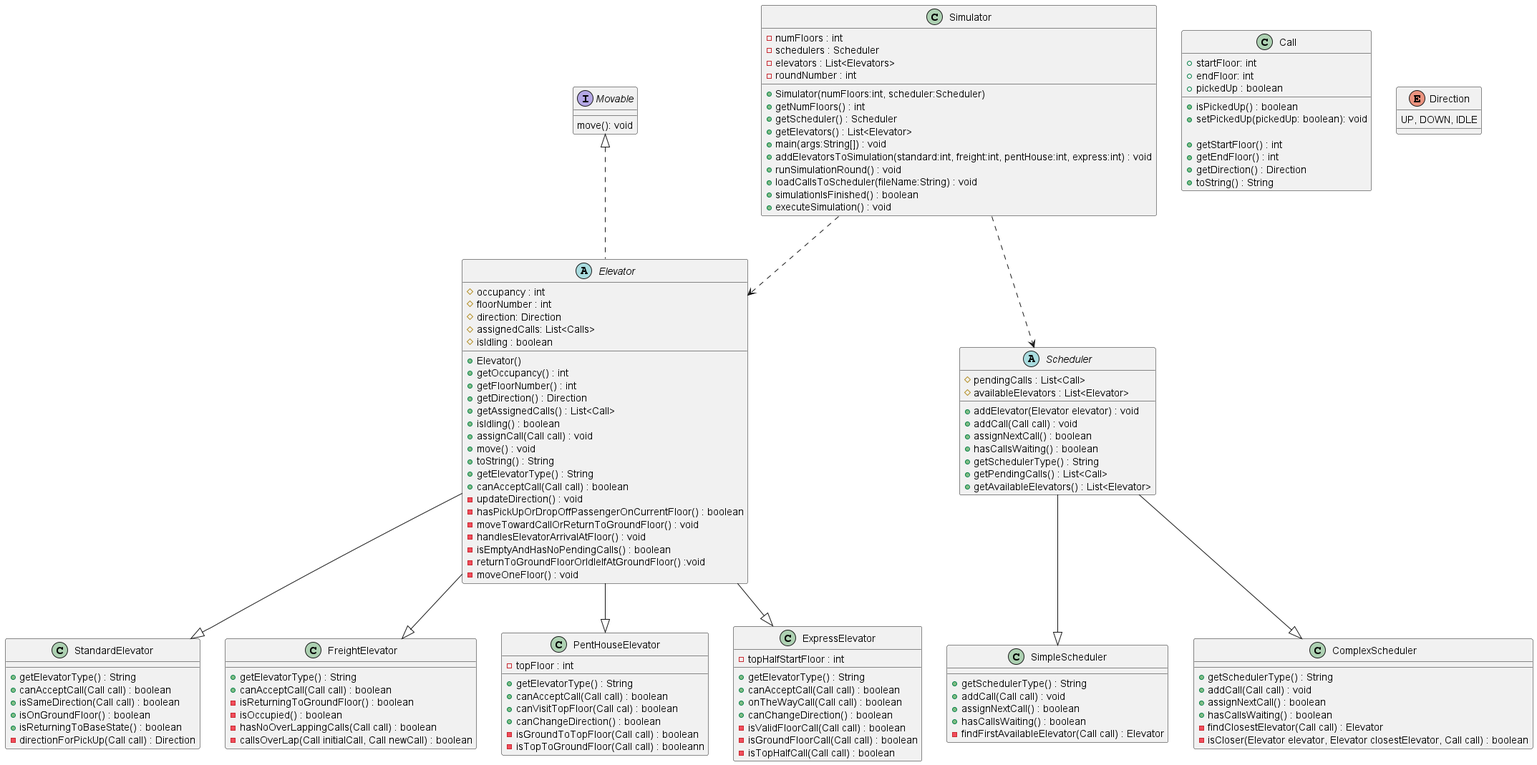
This is images/Elevator.png from stark-weather/stark-weather.github.io, a PlantUML export, as it was before one commit. The source it was exported from:
```plantuml
@startuml
interface Movable {
    move(): void
}
abstract Elevator {
    #occupancy : int
    #floorNumber : int
    #direction: Direction
    #assignedCalls: List<Calls>
    #isIdling : boolean

    +Elevator()
    +getOccupancy() : int
    +getFloorNumber() : int
    +getDirection() : Direction
    +getAssignedCalls() : List<Call>
    +isIdling() : boolean
    +assignCall(Call call) : void
    +move() : void
    +toString() : String
    +getElevatorType() : String
    +canAcceptCall(Call call) : boolean
    -updateDirection() : void
    -hasPickUpOrDropOffPassengerOnCurrentFloor() : boolean
    -moveTowardCallOrReturnToGroundFloor() : void
    -handlesElevatorArrivalAtFloor() : void
    -isEmptyAndHasNoPendingCalls() : boolean
    -returnToGroundFloorOrIdleIfAtGroundFloor() :void
    -moveOneFloor() : void

}
abstract Scheduler {
    #pendingCalls : List<Call>
    #availableElevators : List<Elevator>

    +addElevator(Elevator elevator) : void
    +addCall(Call call) : void
    +assignNextCall() : boolean
    +hasCallsWaiting() : boolean
    +getSchedulerType() : String
    +getPendingCalls() : List<Call>
    +getAvailableElevators() : List<Elevator>
}
class StandardElevator {
    +getElevatorType() : String
    +canAcceptCall(Call call) : boolean
    +isSameDirection(Call call) : boolean
    +isOnGroundFloor() : boolean
    +isReturningToBaseState() : boolean
    -directionForPickUp(Call call) : Direction
}
class FreightElevator {
    +getElevatorType() : String
    +canAcceptCall(Call call) : boolean
    -isReturningToGroundFloor() : boolean
    -isOccupied() : boolean
    -hasNoOverLappingCalls(Call call) : boolean
    -callsOverLap(Call initialCall, Call newCall) : boolean
}
class PentHouseElevator {
    -topFloor : int

    +getElevatorType() : String
    +canAcceptCall(Call call) : boolean
    +canVisitTopFloor(Call cal) : boolean
    +canChangeDirection() : boolean
    -isGroundToTopFloor(Call call) : boolean
    -isTopToGroundFloor(Call call) : booleann
}
class ExpressElevator {
    -topHalfStartFloor : int

    +getElevatorType() : String
    +canAcceptCall(Call call) : boolean
    +onTheWayCall(Call call) : boolean
    +canChangeDirection() : boolean
    -isValidFloorCall(Call call) : boolean
    -isGroundFloorCall(Call call) : boolean
    -isTopHalfCall(Call call) : boolean
}
class SimpleScheduler {
    +getSchedulerType() : String
    +addCall(Call call) : void
    +assignNextCall() : boolean
    +hasCallsWaiting() : boolean
    -findFirstAvailableElevator(Call call) : Elevator
}
class ComplexScheduler {
    +getSchedulerType() : String
    +addCall(Call call) : void
    +assignNextCall() : boolean
    +hasCallsWaiting() : boolean
    -findClosestElevator(Call call) : Elevator
    -isCloser(Elevator elevator, Elevator closestElevator, Call call) : boolean
}
class Simulator {
    -numFloors : int
    -schedulers : Scheduler
    -elevators : List<Elevators>
    -roundNumber : int

    +Simulator(numFloors:int, scheduler:Scheduler)
    +getNumFloors() : int
    +getScheduler() : Scheduler
    +getElevators() : List<Elevator>
    +main(args:String[]) : void
    +addElevatorsToSimulation(standard:int, freight:int, pentHouse:int, express:int) : void
    +runSimulationRound() : void
    +loadCallsToScheduler(fileName:String) : void
    +simulationIsFinished() : boolean
    +executeSimulation() : void
}
class Call {
    +startFloor: int
    +endFloor: int
    +pickedUp : boolean
    +isPickedUp() : boolean
    +setPickedUp(pickedUp: boolean): void

    +getStartFloor() : int
    +getEndFloor() : int
    +getDirection() : Direction
    +toString() : String
}
enum Direction {
    UP, DOWN, IDLE
}

Movable <|.. Elevator
Simulator ..> Elevator
Simulator ..> Scheduler
Elevator --|> StandardElevator
Elevator --|> FreightElevator
Elevator --|> PentHouseElevator
Elevator --|> ExpressElevator
Scheduler --|> SimpleScheduler
Scheduler --|> ComplexScheduler
@enduml
```
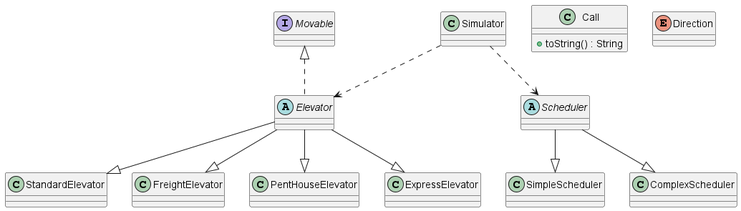
The same file after the commit.

Change to the diagram source:
```diff
@@ -1,129 +1,29 @@
-@startuml
+@startuml Elevator
 interface Movable {
-    move(): void
 }
 abstract Elevator {
-    #occupancy : int
-    #floorNumber : int
-    #direction: Direction
-    #assignedCalls: List<Calls>
-    #isIdling : boolean
-
-    +Elevator()
-    +getOccupancy() : int
-    +getFloorNumber() : int
-    +getDirection() : Direction
-    +getAssignedCalls() : List<Call>
-    +isIdling() : boolean
-    +assignCall(Call call) : void
-    +move() : void
-    +toString() : String
-    +getElevatorType() : String
-    +canAcceptCall(Call call) : boolean
-    -updateDirection() : void
-    -hasPickUpOrDropOffPassengerOnCurrentFloor() : boolean
-    -moveTowardCallOrReturnToGroundFloor() : void
-    -handlesElevatorArrivalAtFloor() : void
-    -isEmptyAndHasNoPendingCalls() : boolean
-    -returnToGroundFloorOrIdleIfAtGroundFloor() :void
-    -moveOneFloor() : void
 
 }
 abstract Scheduler {
-    #pendingCalls : List<Call>
-    #availableElevators : List<Elevator>
-
-    +addElevator(Elevator elevator) : void
-    +addCall(Call call) : void
-    +assignNextCall() : boolean
-    +hasCallsWaiting() : boolean
-    +getSchedulerType() : String
-    +getPendingCalls() : List<Call>
-    +getAvailableElevators() : List<Elevator>
 }
 class StandardElevator {
-    +getElevatorType() : String
-    +canAcceptCall(Call call) : boolean
-    +isSameDirection(Call call) : boolean
-    +isOnGroundFloor() : boolean
-    +isReturningToBaseState() : boolean
-    -directionForPickUp(Call call) : Direction
 }
 class FreightElevator {
-    +getElevatorType() : String
-    +canAcceptCall(Call call) : boolean
-    -isReturningToGroundFloor() : boolean
-    -isOccupied() : boolean
-    -hasNoOverLappingCalls(Call call) : boolean
-    -callsOverLap(Call initialCall, Call newCall) : boolean
 }
 class PentHouseElevator {
-    -topFloor : int
-
-    +getElevatorType() : String
-    +canAcceptCall(Call call) : boolean
-    +canVisitTopFloor(Call cal) : boolean
-    +canChangeDirection() : boolean
-    -isGroundToTopFloor(Call call) : boolean
-    -isTopToGroundFloor(Call call) : booleann
 }
 class ExpressElevator {
-    -topHalfStartFloor : int
-
-    +getElevatorType() : String
-    +canAcceptCall(Call call) : boolean
-    +onTheWayCall(Call call) : boolean
-    +canChangeDirection() : boolean
-    -isValidFloorCall(Call call) : boolean
-    -isGroundFloorCall(Call call) : boolean
-    -isTopHalfCall(Call call) : boolean
 }
 class SimpleScheduler {
-    +getSchedulerType() : String
-    +addCall(Call call) : void
-    +assignNextCall() : boolean
-    +hasCallsWaiting() : boolean
-    -findFirstAvailableElevator(Call call) : Elevator
 }
 class ComplexScheduler {
-    +getSchedulerType() : String
-    +addCall(Call call) : void
-    +assignNextCall() : boolean
-    +hasCallsWaiting() : boolean
-    -findClosestElevator(Call call) : Elevator
-    -isCloser(Elevator elevator, Elevator closestElevator, Call call) : boolean
 }
 class Simulator {
-    -numFloors : int
-    -schedulers : Scheduler
-    -elevators : List<Elevators>
-    -roundNumber : int
-
-    +Simulator(numFloors:int, scheduler:Scheduler)
-    +getNumFloors() : int
-    +getScheduler() : Scheduler
-    +getElevators() : List<Elevator>
-    +main(args:String[]) : void
-    +addElevatorsToSimulation(standard:int, freight:int, pentHouse:int, express:int) : void
-    +runSimulationRound() : void
-    +loadCallsToScheduler(fileName:String) : void
-    +simulationIsFinished() : boolean
-    +executeSimulation() : void
 }
 class Call {
-    +startFloor: int
-    +endFloor: int
-    +pickedUp : boolean
-    +isPickedUp() : boolean
-    +setPickedUp(pickedUp: boolean): void
-
-    +getStartFloor() : int
-    +getEndFloor() : int
-    +getDirection() : Direction
     +toString() : String
 }
 enum Direction {
-    UP, DOWN, IDLE
 }
 
 Movable <|.. Elevator
```
